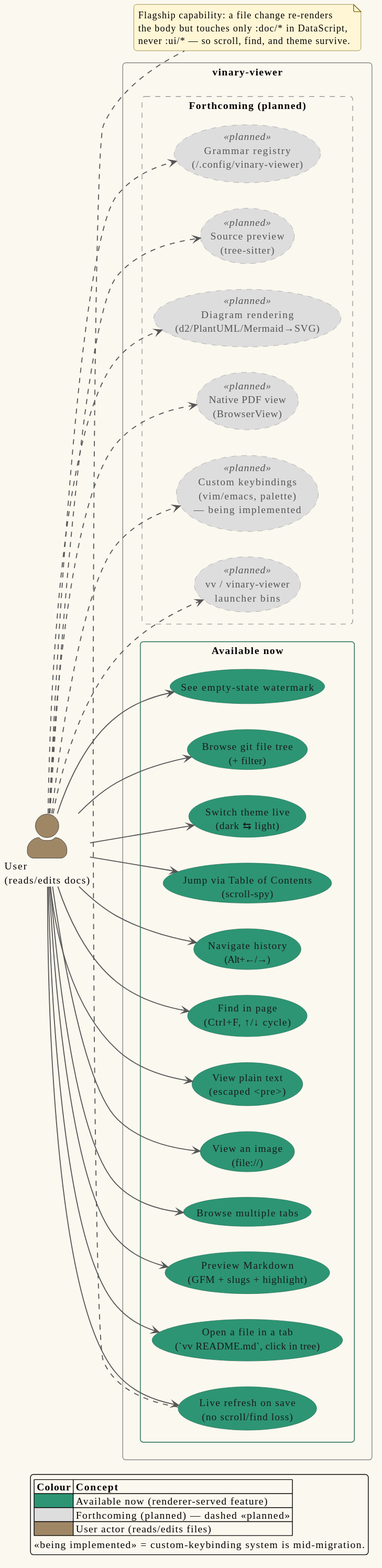
The PlantUML diagram docs/diagrams/usecase-features.svg in vinary-tree/vinary-viewer, before a commit. Its source is kept beside it as docs/diagrams/usecase-features.puml.
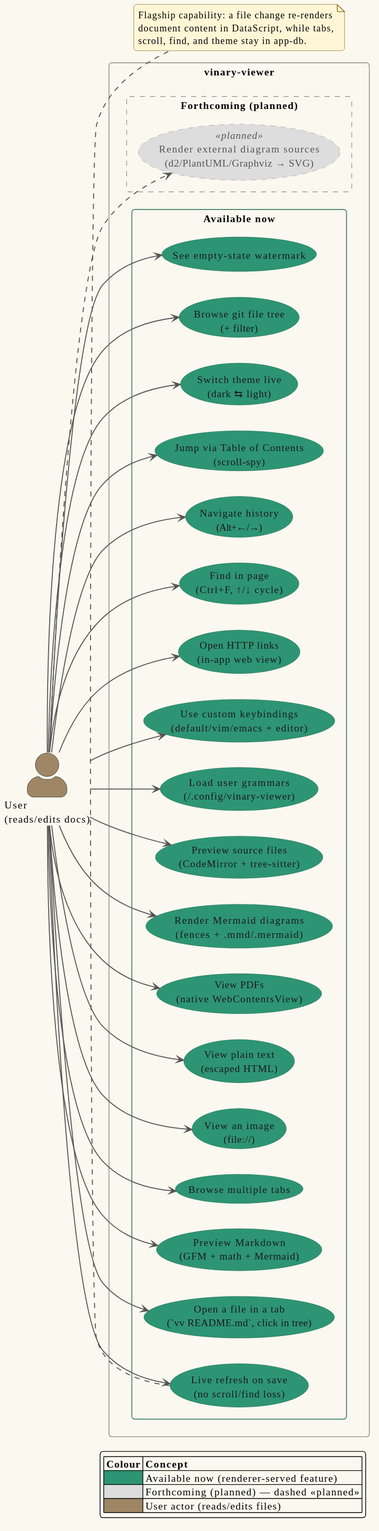
The same diagram one commit later.

Diff of the diagram source:
```diff
@@ -22,11 +22,17 @@
 
   rectangle "Available now" as Now #line:1F6B53 {
     usecase "Open a file in a tab\n(`vv README.md`, click in tree)" as UC_open
-    usecase "Preview Markdown\n(GFM + slugs + highlight)" as UC_md
+    usecase "Preview Markdown\n(GFM + math + Mermaid)" as UC_md
     usecase "Live refresh on save\n(no scroll/find loss)" as UC_live
     usecase "Browse multiple tabs" as UC_tabs
     usecase "View an image\n(file://)" as UC_img
-    usecase "View plain text\n(escaped <pre>)" as UC_text
+    usecase "View plain text\n(escaped HTML)" as UC_text
+    usecase "View PDFs\n(native WebContentsView)" as UC_pdf
+    usecase "Render Mermaid diagrams\n(fences + .mmd/.mermaid)" as UC_mermaid
+    usecase "Preview source files\n(CodeMirror + tree-sitter)" as UC_src
+    usecase "Load user grammars\n(~/.config/vinary-viewer)" as UC_gram
+    usecase "Use custom keybindings\n(default/vim/emacs + editor)" as UC_keys
+    usecase "Open HTTP links\n(in-app web view)" as UC_http
     usecase "Find in page\n(Ctrl+F, ↑/↓ cycle)" as UC_find
     usecase "Navigate history\n(Alt+←/→)" as UC_hist
     usecase "Jump via Table of Contents\n(scroll-spy)" as UC_toc
@@ -36,12 +42,7 @@
   }
 
   rectangle "Forthcoming (planned)" as Soon #line.dashed;line:999999 {
-    usecase "vv / vinary-viewer\nlauncher bins" as UC_bin <<planned>>
-    usecase "Custom keybindings\n(vim/emacs, palette)\n— now available" as UC_keys <<planned>>
-    usecase "Native PDF view\n(BrowserView)" as UC_pdf <<planned>>
-    usecase "Diagram rendering\n(d2/PlantUML/Mermaid→SVG)" as UC_diag <<planned>>
-    usecase "Source preview\n(tree-sitter)" as UC_src <<planned>>
-    usecase "Grammar registry\n(~/.config/vinary-viewer)" as UC_gram <<planned>>
+    usecase "Render external diagram sources\n(d2/PlantUML/Graphviz → SVG)" as UC_diag <<planned>>
   }
 }
 
@@ -51,23 +52,24 @@
 User --> UC_tabs
 User --> UC_img
 User --> UC_text
+User --> UC_pdf
+User --> UC_mermaid
+User --> UC_src
+User --> UC_gram
+User --> UC_keys
+User --> UC_http
 User --> UC_find
 User --> UC_hist
 User --> UC_toc
 User --> UC_theme
 User --> UC_tree
 User --> UC_mark
-User ..> UC_bin
-User ..> UC_keys
-User ..> UC_pdf
 User ..> UC_diag
-User ..> UC_src
-User ..> UC_gram
 
 note bottom of UC_live
   Flagship capability: a file change re-renders
-  the body but touches only :doc/* in DataScript,
-  never :ui/* — so scroll, find, and theme survive.
+  document content in DataScript, while tabs,
+  scroll, find, and theme stay in app-db.
 end note
 
 legend right
@@ -75,6 +77,5 @@
   |<#2D9574>| Available now (renderer-served feature) |
   |<#DDDDDD>| Forthcoming (planned) — dashed «planned» |
   |<#9F8766>| User actor (reads/edits files) |
-  «now available» = custom-keybinding system is now available.
 endlegend
 @enduml
```
